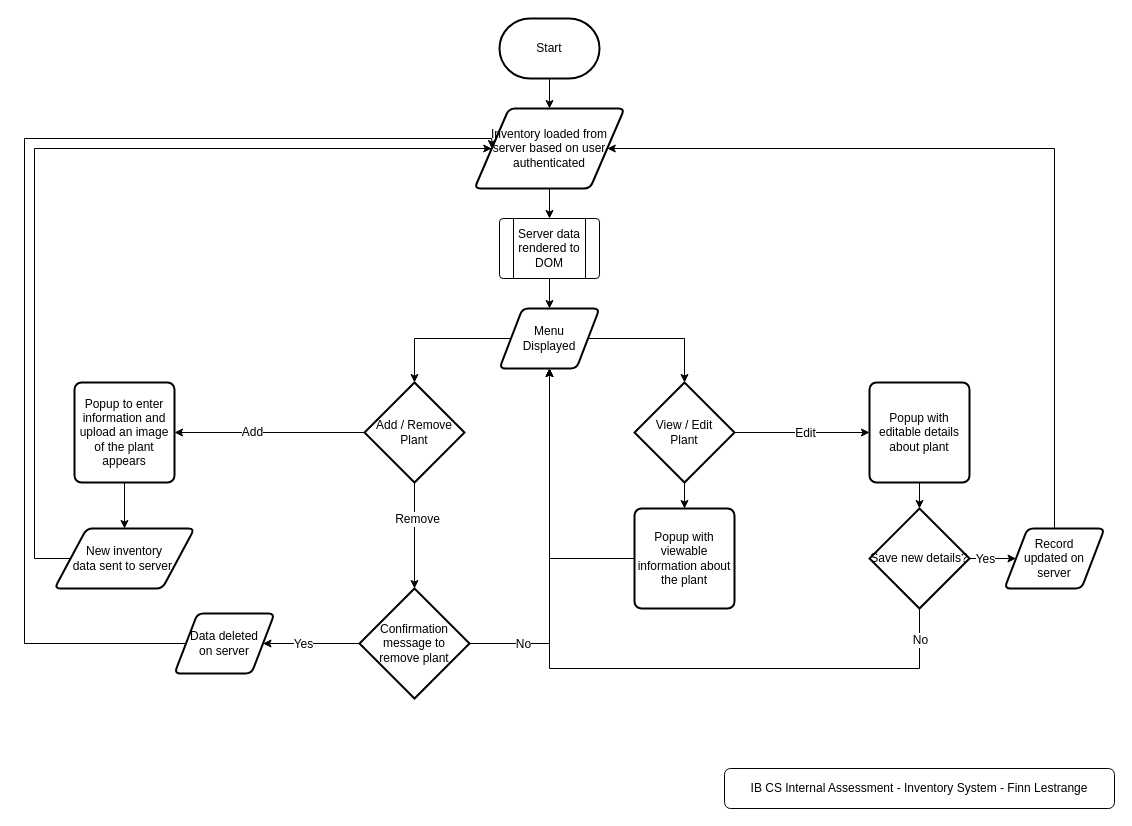
The draw.io diagram Diagrams and Flowcharts/InventorySystem.drawio in 71xn/ibcs-ia, before the edit. Source tidied: cells renumbered, new cells numbered last; positions are measured from the earlier drawing's top-left corner, leaving out a move shared by most shapes. Both pictures are drawn from the tidied source at 100%, with x=0, y=0 at pixel (24, 18).
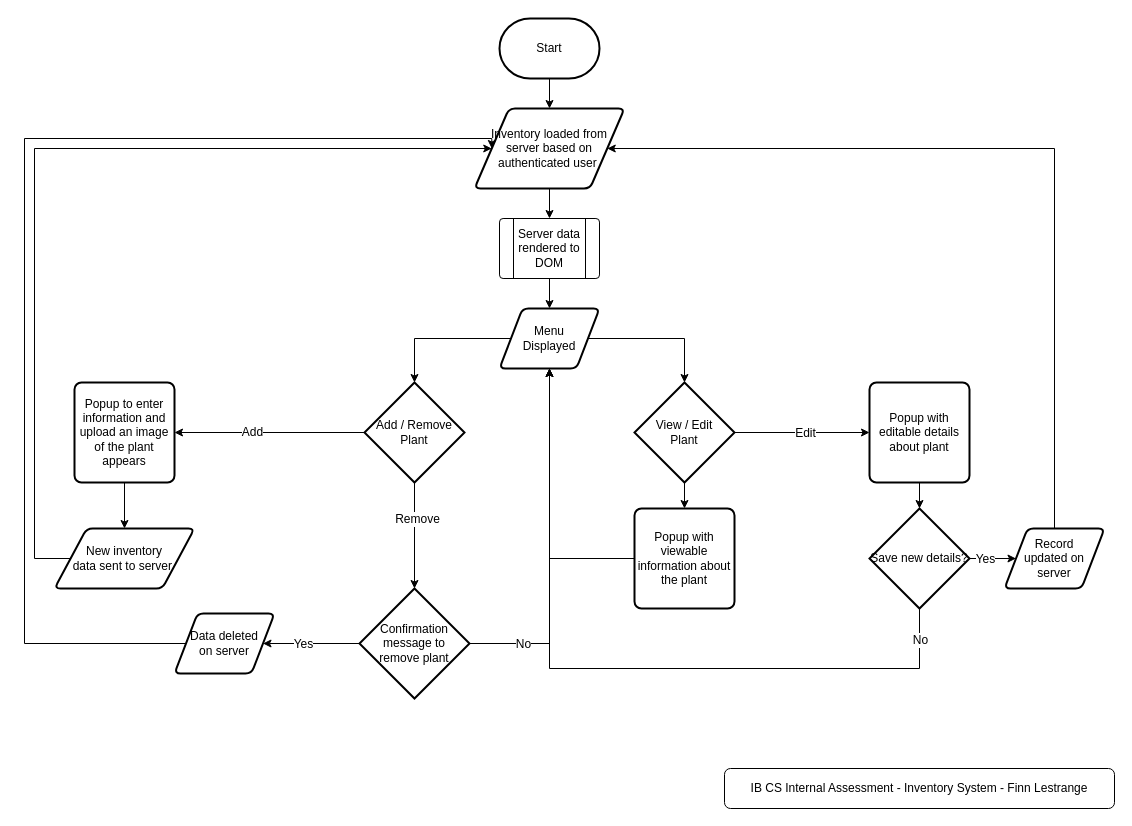
The same diagram, later.

The edit, as a diff of the source:
```diff
@@
-    <mxCell id="6" value="&lt;font style=&quot;font-size: 12px&quot;&gt;Inventory loaded from server based on user authenticated&lt;/font&gt;" style="shape=parallelogram;html=1;strokeWidth=2;perimeter=parallelogramPerimeter;whiteSpace=wrap;rounded=1;arcSize=12;size=0.23;" parent="1" vertex="1">
+    <mxCell id="6" value="&lt;font style=&quot;font-size: 12px&quot;&gt;Inventory loaded from server based on &lt;br&gt;authenticated user&amp;nbsp;&lt;/font&gt;" style="shape=parallelogram;html=1;strokeWidth=2;perimeter=parallelogramPerimeter;whiteSpace=wrap;rounded=1;arcSize=12;size=0.23;" parent="1" vertex="1">
       <mxGeometry x="450" y="90" width="150" height="80" as="geometry" />
     </mxCell>
```
